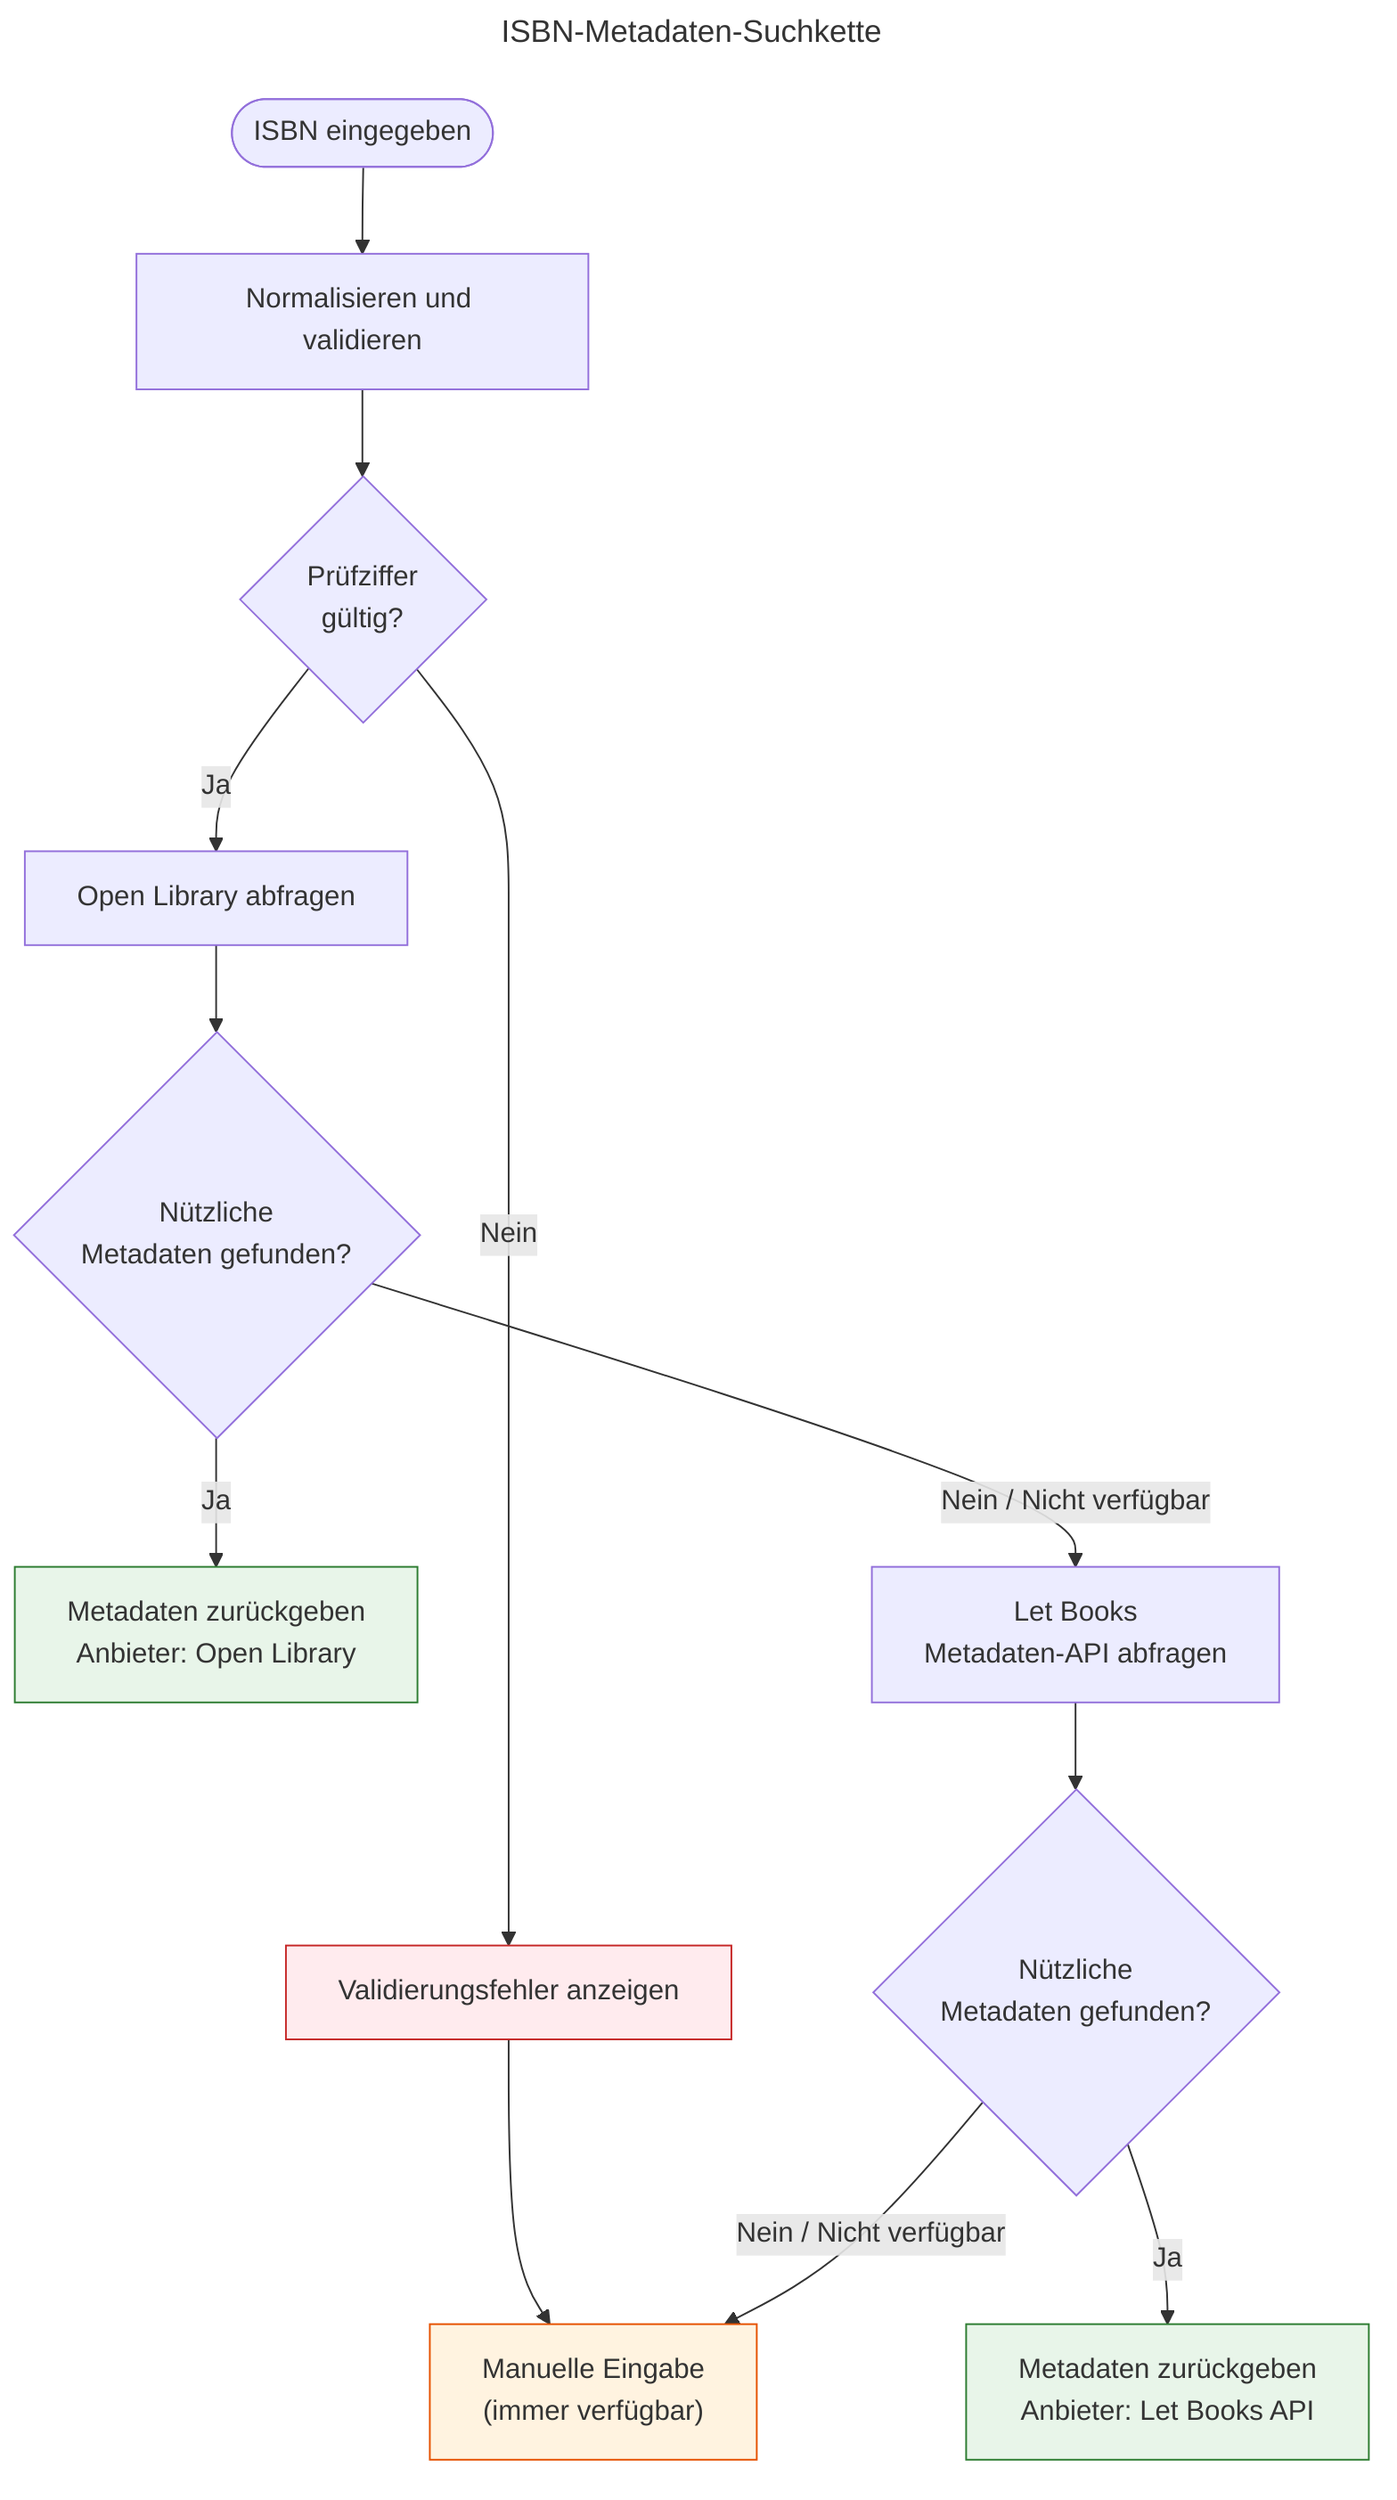
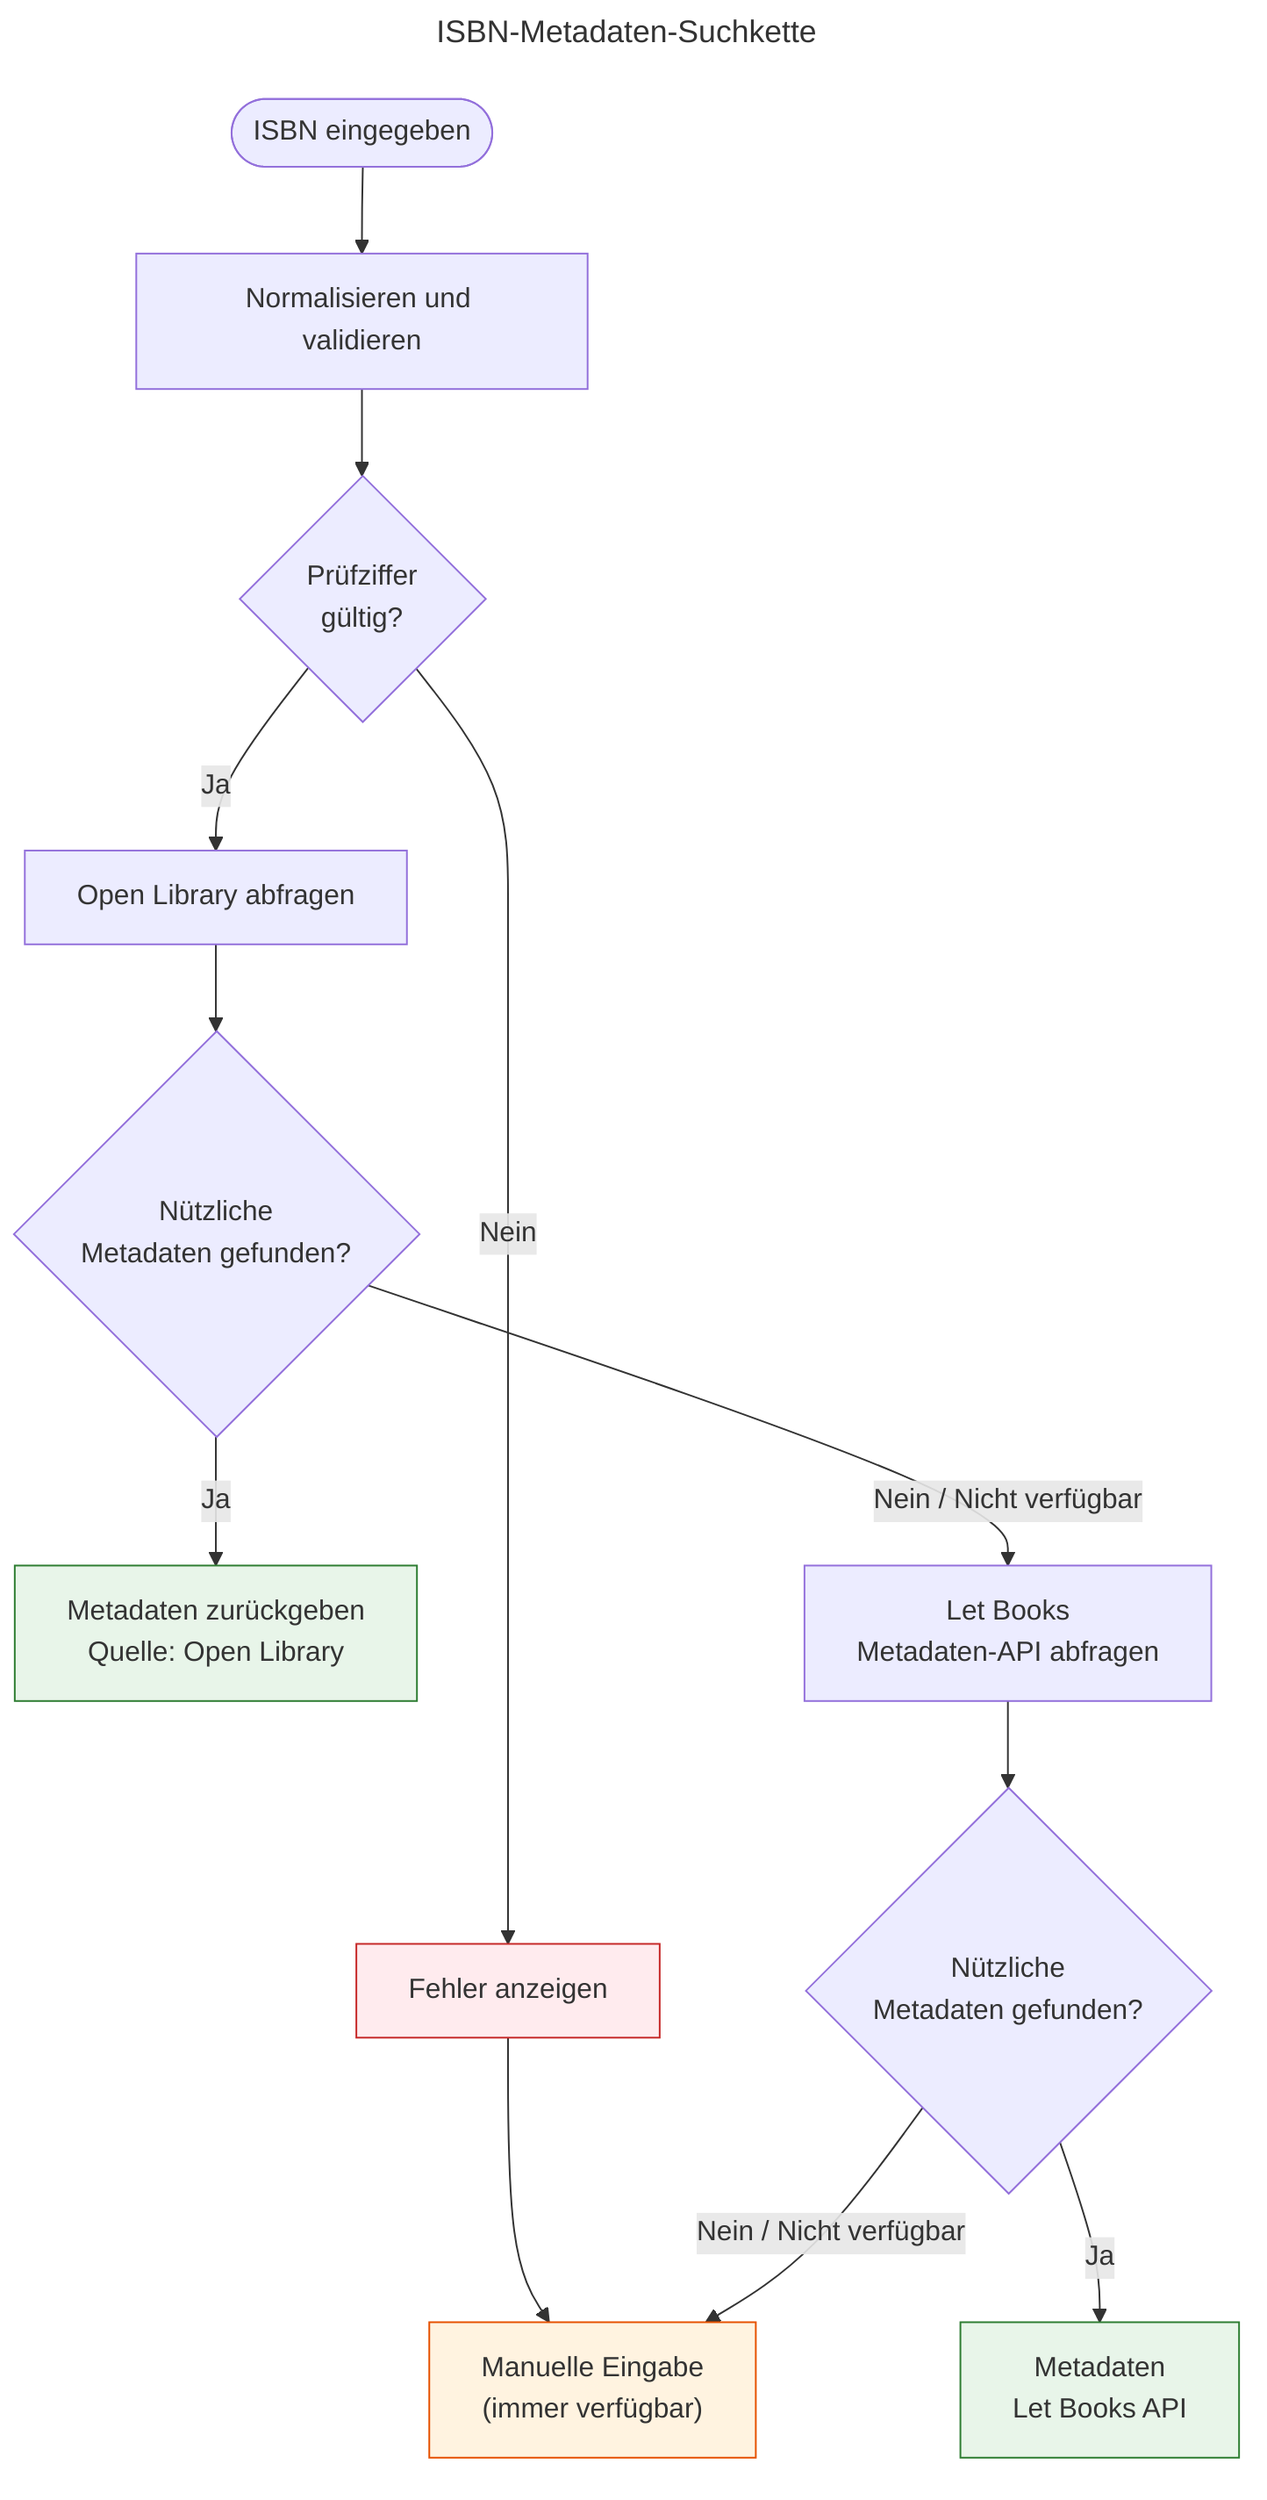
---
title: ISBN-Metadaten-Suchkette
---
flowchart TD
    A(["ISBN eingegeben"]) --> B[Normalisieren und validieren]
    B --> C{Prüfziffer<br/>gültig?}
-     C -->|Nein| D["Validierungsfehler anzeigen"]
+     C -->|Nein| D["Fehler anzeigen"]
    D --> E["Manuelle Eingabe<br/>(immer verfügbar)"]
    C -->|Ja| F["Open Library abfragen"]
    F --> G{Nützliche<br/>Metadaten gefunden?}
-     G -->|Ja| H["Metadaten zurückgeben<br/>Anbieter: Open Library"]
+     G -->|Ja| H["Metadaten zurückgeben<br/>Quelle: Open Library"]
    G -->|Nein / Nicht verfügbar| I["Let Books<br/>Metadaten-API abfragen"]
    I --> J{Nützliche<br/>Metadaten gefunden?}
-     J -->|Ja| K["Metadaten zurückgeben<br/>Anbieter: Let Books API"]
+     J -->|Ja| K["Metadaten<br/>Let Books API"]
    J -->|Nein / Nicht verfügbar| E

    style H fill:#e8f5e9,stroke:#2e7d32
    style K fill:#e8f5e9,stroke:#2e7d32
    style E fill:#fff3e0,stroke:#e65100
    style D fill:#ffebee,stroke:#c62828
